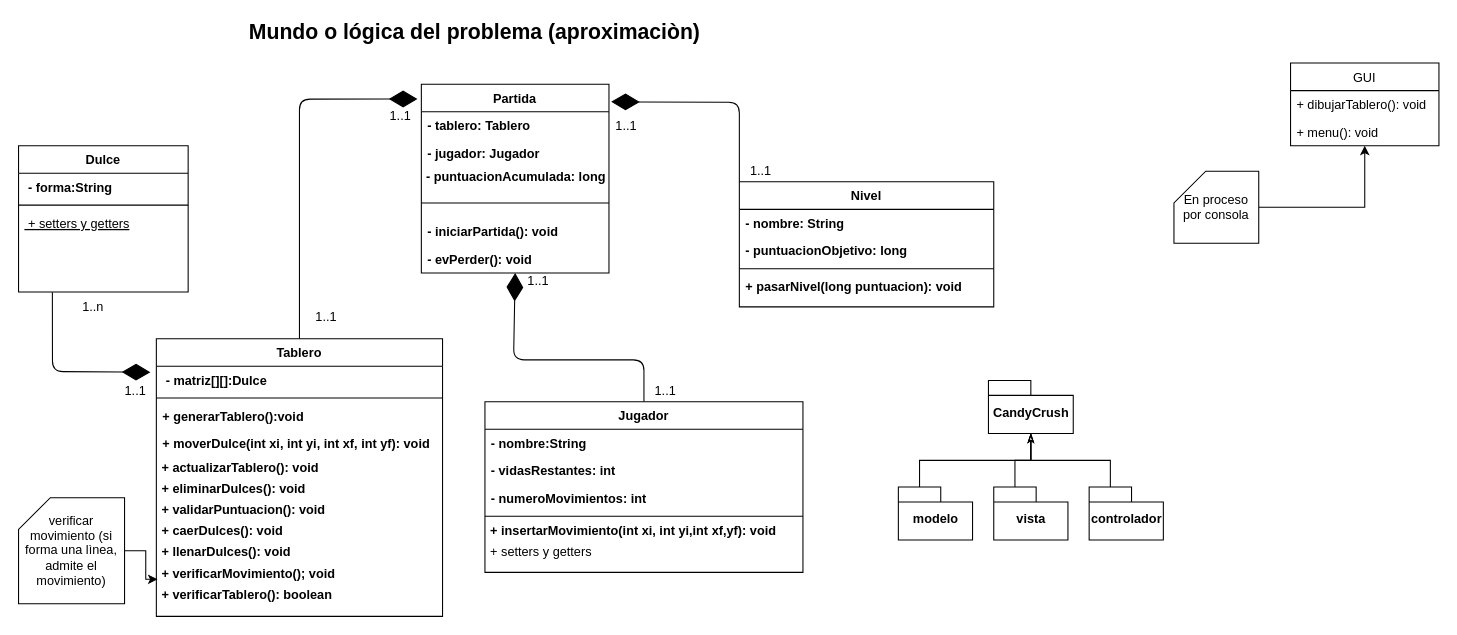
Before: Model/CandyCrush.drawio in JeanCarlos911/candy-crush, a draw.io diagram. Source tidied: cells renumbered, new cells numbered last; positions are measured from the earlier drawing's top-left corner, leaving out a move shared by most shapes. Both pictures are drawn from the tidied source at 106%, with x=0, y=0 at pixel (18, 20).
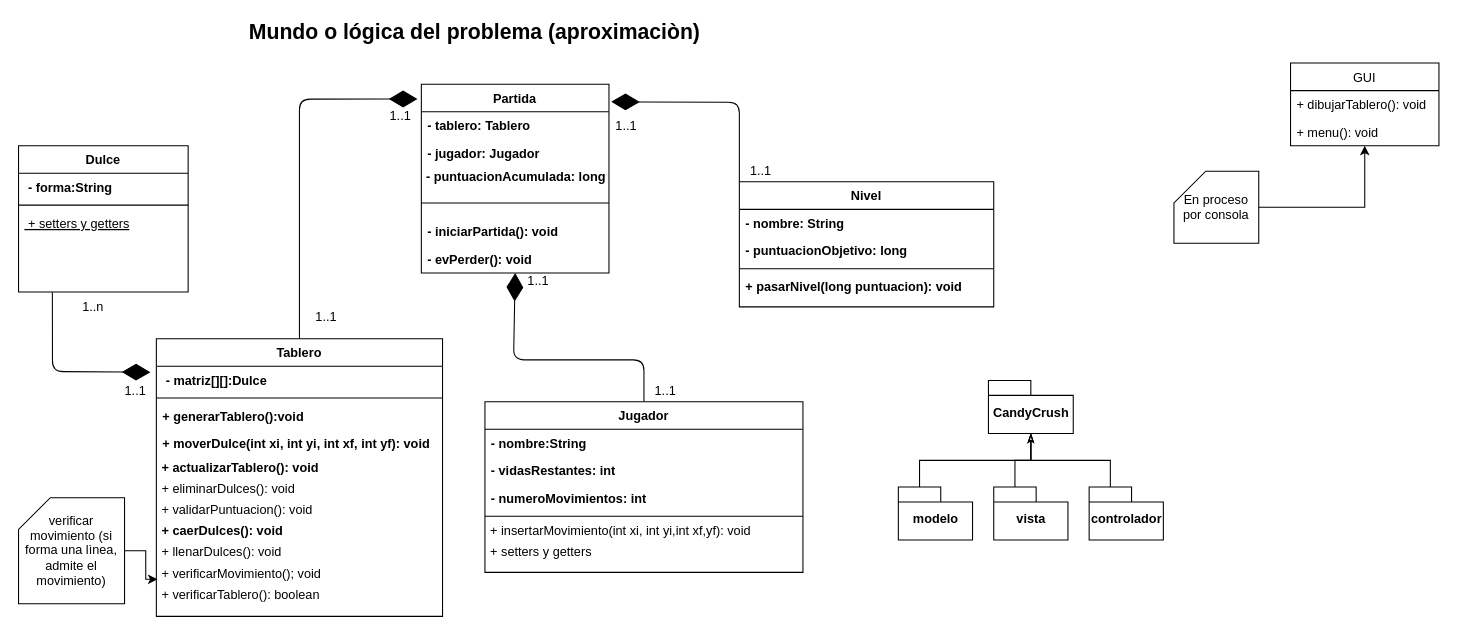
Above is the later version.

The change refers to these unchanged cells:
```xml
<mxCell id="24" value="Tablero&#10;" style="swimlane;fontStyle=1;align=center;verticalAlign=top;horizontal=1;startSize=26;rounded=0;shadow=0;strokeWidth=1;" parent="1" vertex="1">
  <mxGeometry x="130" y="300" width="270" height="262" as="geometry" />
</mxCell>
<mxCell id="36" value="Jugador" style="swimlane;fontStyle=1;align=center;verticalAlign=top;horizontal=1;startSize=26;rounded=0;shadow=0;strokeWidth=1;" parent="1" vertex="1">
  <mxGeometry x="440" y="359.5" width="300" height="161" as="geometry" />
</mxCell>
```

What changed in the source:
```diff
@@
-    <mxCell id="30" value="&lt;b&gt;&amp;nbsp;+ eliminarDulces(): void&lt;/b&gt;" style="text;html=1;align=left;verticalAlign=middle;" parent="24" vertex="1">
+    <mxCell id="30" value="&amp;nbsp;+ eliminarDulces(): void" style="text;html=1;align=left;verticalAlign=middle;" parent="24" vertex="1">
       <mxGeometry y="132" width="270" height="20" as="geometry" />
     </mxCell>
-    <mxCell id="31" value="&lt;b&gt;&amp;nbsp;+ validarPuntuacion(): void&lt;/b&gt;" style="text;html=1;align=left;verticalAlign=middle;" parent="24" vertex="1">
+    <mxCell id="31" value="&amp;nbsp;+ validarPuntuacion(): void" style="text;html=1;align=left;verticalAlign=middle;" parent="24" vertex="1">
       <mxGeometry y="152" width="270" height="20" as="geometry" />
     </mxCell>
@@
-    <mxCell id="33" value="&lt;b&gt;&amp;nbsp;+ llenarDulces(): void&lt;/b&gt;" style="text;html=1;align=left;verticalAlign=middle;" parent="24" vertex="1">
+    <mxCell id="33" value="&amp;nbsp;+ llenarDulces(): void" style="text;html=1;align=left;verticalAlign=middle;" parent="24" vertex="1">
       <mxGeometry y="192" width="270" height="20" as="geometry" />
     </mxCell>
-    <mxCell id="34" value="&lt;b&gt;&amp;nbsp;+ verificarMovimiento(); void&lt;/b&gt;" style="text;html=1;align=left;verticalAlign=middle;points=[];" parent="24" vertex="1">
+    <mxCell id="34" value="&amp;nbsp;+ verificarMovimiento(); void" style="text;html=1;align=left;verticalAlign=middle;points=[];" parent="24" vertex="1">
       <mxGeometry y="212" width="270" height="20" as="geometry" />
     </mxCell>
-    <mxCell id="35" value="&lt;b&gt;&amp;nbsp;+ verificarTablero(): boolean&lt;/b&gt;" style="text;html=1;align=left;verticalAlign=middle;" parent="24" vertex="1">
+    <mxCell id="35" value="&amp;nbsp;+ verificarTablero(): boolean" style="text;html=1;align=left;verticalAlign=middle;" parent="24" vertex="1">
       <mxGeometry y="232" width="270" height="20" as="geometry" />
     </mxCell>
@@
-    <mxCell id="41" value="&lt;b&gt;&amp;nbsp;+ insertarMovimiento(int xi, int yi,int xf,yf): void&lt;/b&gt;" style="text;html=1;align=left;verticalAlign=middle;" parent="36" vertex="1">
+    <mxCell id="41" value="&amp;nbsp;+ insertarMovimiento(int xi, int yi,int xf,yf): void" style="text;html=1;align=left;verticalAlign=middle;" parent="36" vertex="1">
       <mxGeometry y="112" width="300" height="20" as="geometry" />
     </mxCell>
```
